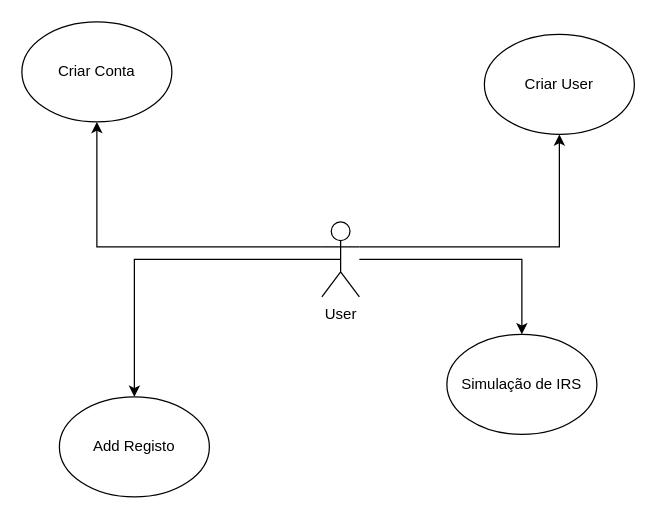
Above: page "Diagrama de Casos de Uso" (2 of 2) of ESficha4-2025.drawio in SrKile/ESficha4-2025 (draw.io), before the change. Source tidied: cells renumbered, new cells numbered last; positions are measured from the earlier drawing's top-left corner, leaving out a move shared by most shapes. Both pictures are drawn from the tidied source at 125%, with x=0, y=0 at pixel (21, 21).
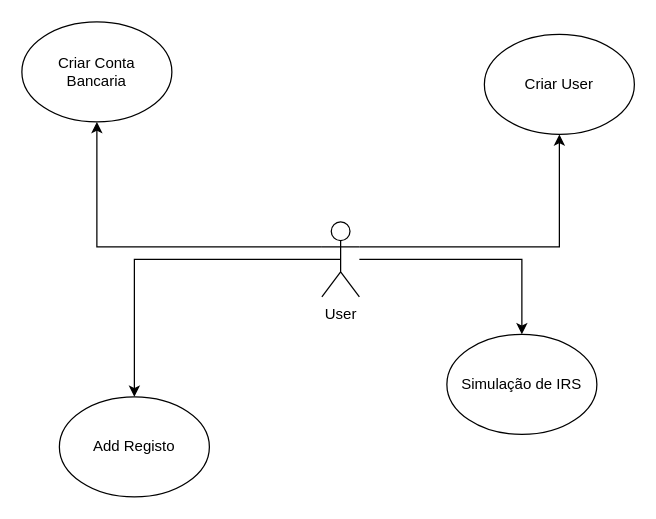
The same diagram, later.

What changed in the source:
```diff
@@
 <mxGraphModel>
   <root>
     <mxCell id="0" />
     <mxCell id="1" parent="0" />
-    <mxCell id="2" value="Criar Conta" style="ellipse;whiteSpace=wrap;html=1;" parent="1" vertex="1">
+    <mxCell id="2" value="Criar Conta&lt;br&gt;Bancaria" style="ellipse;whiteSpace=wrap;html=1;" parent="1" vertex="1">
       <mxGeometry width="120" height="80" as="geometry" />
     </mxCell>
     <mxCell id="3" value="Add Registo" style="ellipse;whiteSpace=wrap;html=1;" parent="1" vertex="1">
       <mxGeometry x="30" y="300" width="120" height="80" as="geometry" />
     </mxCell>
     <mxCell id="4" value="Criar User" style="ellipse;whiteSpace=wrap;html=1;" parent="1" vertex="1">
       <mxGeometry x="370" y="10" width="120" height="80" as="geometry" />
     </mxCell>
     <mxCell id="5" value="Simulação de IRS" style="ellipse;whiteSpace=wrap;html=1;" parent="1" vertex="1">
       <mxGeometry x="340" y="250" width="120" height="80" as="geometry" />
     </mxCell>
     <mxCell id="6" style="edgeStyle=orthogonalEdgeStyle;rounded=0;jettySize=auto;html=1;exitX=0.5;exitY=0.5;exitDx=0;exitDy=0;exitPerimeter=0;" parent="1" edge="1" source="10" target="3">
       <mxGeometry relative="1" as="geometry" />
     </mxCell>
     <mxCell id="7" style="edgeStyle=orthogonalEdgeStyle;rounded=0;jettySize=auto;html=1;exitX=0;exitY=0.3333333333333333;exitDx=0;exitDy=0;exitPerimeter=0;" parent="1" edge="1" source="10" target="2">
       <mxGeometry relative="1" as="geometry" />
     </mxCell>
     <mxCell id="8" style="edgeStyle=orthogonalEdgeStyle;rounded=0;jettySize=auto;html=1;exitX=1;exitY=0.3333333333333333;exitDx=0;exitDy=0;exitPerimeter=0;" parent="1" edge="1" source="10" target="4">
       <mxGeometry relative="1" as="geometry" />
     </mxCell>
     <mxCell id="9" style="edgeStyle=orthogonalEdgeStyle;rounded=0;jettySize=auto;html=1;" parent="1" edge="1" source="10" target="5">
       <mxGeometry relative="1" as="geometry" />
     </mxCell>
     <mxCell id="10" value="User" style="shape=umlActor;verticalLabelPosition=bottom;verticalAlign=top;html=1;outlineConnect=0;" parent="1" vertex="1">
       <mxGeometry x="240" y="160" width="30" height="60" as="geometry" />
     </mxCell>
   </root>
 </mxGraphModel>
```
